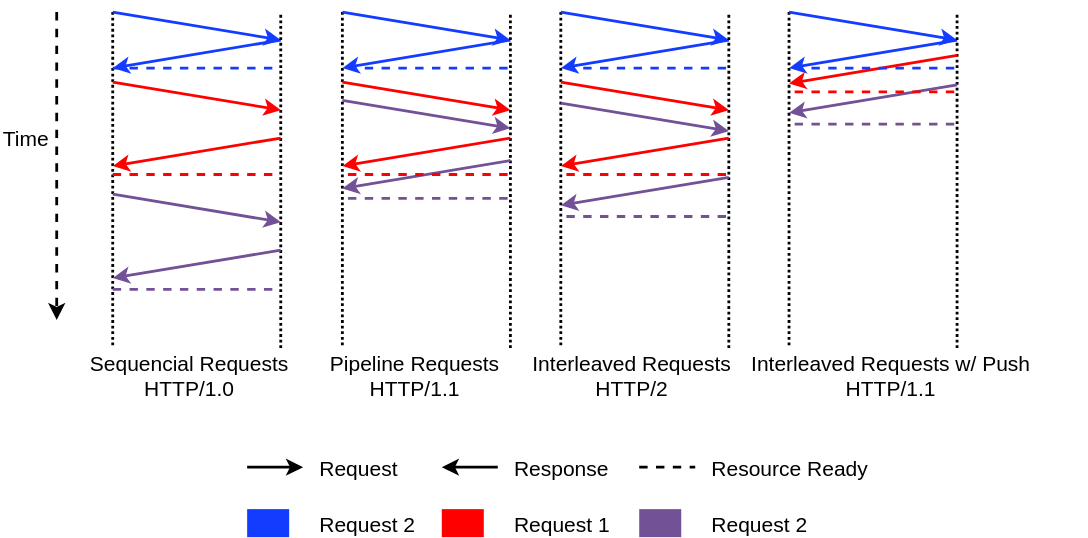
Above: Registration-Abhijit/img/spdy/http-timing-diagram.svg in abhimp/PhDRelated (draw.io), before the change. Source tidied: cells renumbered, new cells last; positions are measured from the earlier drawing's top-left corner, leaving out a move shared by most shapes. Source of this version:
```xml
<mxGraphModel background="#ffffff">
  <root>
    <mxCell id="0" />
    <mxCell id="1" parent="0" />
    <mxCell id="2" style="endArrow=none;dashed=1;dashPattern=1 1;labelBackgroundColor=none;strokeColor=#000000;strokeWidth=2;fontFamily=Helvetica;fontSize=15;fontColor=#FF0000;endFill=0;" parent="1" edge="1">
      <mxGeometry relative="1" as="geometry">
        <mxPoint x="80" as="sourcePoint" />
        <mxPoint x="80" y="240" as="targetPoint" />
      </mxGeometry>
    </mxCell>
    <mxCell id="3" style="endArrow=classic;labelBackgroundColor=none;strokeColor=#143CFF;strokeWidth=2;fontFamily=Helvetica;fontSize=15;fontColor=#FF0000;" parent="1" edge="1">
      <mxGeometry relative="1" as="geometry">
        <mxPoint x="80" as="sourcePoint" />
        <mxPoint x="200" y="20" as="targetPoint" />
      </mxGeometry>
    </mxCell>
    <mxCell id="4" style="endArrow=classic;labelBackgroundColor=none;strokeColor=#143CFF;strokeWidth=2;fontFamily=Helvetica;fontSize=15;fontColor=#FF0000;" parent="1" edge="1">
      <mxGeometry relative="1" as="geometry">
        <mxPoint x="200" y="20" as="sourcePoint" />
        <mxPoint x="80" y="40" as="targetPoint" />
      </mxGeometry>
    </mxCell>
    <mxCell id="5" style="endArrow=none;dashed=1;dashPattern=1 1;labelBackgroundColor=none;strokeColor=#000000;strokeWidth=2;fontFamily=Helvetica;fontSize=15;fontColor=#FF0000;endFill=0;" parent="1" edge="1">
      <mxGeometry relative="1" as="geometry">
        <mxPoint x="200" y="2" as="sourcePoint" />
        <mxPoint x="200" y="242" as="targetPoint" />
      </mxGeometry>
    </mxCell>
    <mxCell id="6" style="endArrow=classic;labelBackgroundColor=none;strokeColor=#FF0000;strokeWidth=2;fontFamily=Helvetica;fontSize=15;fontColor=#FF0000;" parent="1" edge="1">
      <mxGeometry relative="1" as="geometry">
        <mxPoint x="80" y="50" as="sourcePoint" />
        <mxPoint x="200" y="70" as="targetPoint" />
      </mxGeometry>
    </mxCell>
    <mxCell id="7" style="endArrow=classic;labelBackgroundColor=none;strokeColor=#FF0000;strokeWidth=2;fontFamily=Helvetica;fontSize=15;fontColor=#FF0000;" parent="1" edge="1">
      <mxGeometry relative="1" as="geometry">
        <mxPoint x="200" y="90" as="sourcePoint" />
        <mxPoint x="80" y="110" as="targetPoint" />
      </mxGeometry>
    </mxCell>
    <mxCell id="8" style="endArrow=classic;labelBackgroundColor=none;strokeColor=#725196;strokeWidth=2;fontFamily=Helvetica;fontSize=15;fontColor=#FF0000;" parent="1" edge="1">
      <mxGeometry relative="1" as="geometry">
        <mxPoint x="80" y="130" as="sourcePoint" />
        <mxPoint x="200" y="150" as="targetPoint" />
      </mxGeometry>
    </mxCell>
    <mxCell id="9" style="endArrow=classic;labelBackgroundColor=none;strokeColor=#725196;strokeWidth=2;fontFamily=Helvetica;fontSize=15;fontColor=#FF0000;" parent="1" edge="1">
      <mxGeometry relative="1" as="geometry">
        <mxPoint x="200" y="170" as="sourcePoint" />
        <mxPoint x="80" y="190" as="targetPoint" />
      </mxGeometry>
    </mxCell>
    <mxCell id="10" style="endArrow=none;labelBackgroundColor=none;strokeColor=#143CFF;strokeWidth=2;fontFamily=Helvetica;fontSize=15;fontColor=#FF0000;endFill=0;dashed=1;" parent="1" edge="1">
      <mxGeometry relative="1" as="geometry">
        <mxPoint x="80" y="40" as="sourcePoint" />
        <mxPoint x="200" y="40" as="targetPoint" />
      </mxGeometry>
    </mxCell>
    <mxCell id="11" style="endArrow=none;labelBackgroundColor=none;strokeColor=#FF0000;strokeWidth=2;fontFamily=Helvetica;fontSize=15;fontColor=#FF0000;endFill=0;dashed=1;" parent="1" edge="1">
      <mxGeometry relative="1" as="geometry">
        <mxPoint x="80" y="116" as="sourcePoint" />
        <mxPoint x="200" y="116" as="targetPoint" />
      </mxGeometry>
    </mxCell>
    <mxCell id="12" style="endArrow=none;labelBackgroundColor=none;strokeColor=#725196;strokeWidth=2;fontFamily=Helvetica;fontSize=15;fontColor=#FF0000;endFill=0;dashed=1;" parent="1" edge="1">
      <mxGeometry relative="1" as="geometry">
        <mxPoint x="80" y="198" as="sourcePoint" />
        <mxPoint x="200" y="198" as="targetPoint" />
      </mxGeometry>
    </mxCell>
    <mxCell id="13" style="endArrow=none;dashed=1;dashPattern=1 1;labelBackgroundColor=none;strokeColor=#000000;strokeWidth=2;fontFamily=Helvetica;fontSize=15;fontColor=#FF0000;endFill=0;" parent="1" edge="1">
      <mxGeometry relative="1" as="geometry">
        <mxPoint x="244" as="sourcePoint" />
        <mxPoint x="244" y="240" as="targetPoint" />
      </mxGeometry>
    </mxCell>
    <mxCell id="14" style="endArrow=classic;labelBackgroundColor=none;strokeColor=#143CFF;strokeWidth=2;fontFamily=Helvetica;fontSize=15;fontColor=#FF0000;" parent="1" edge="1">
      <mxGeometry relative="1" as="geometry">
        <mxPoint x="244" as="sourcePoint" />
        <mxPoint x="364" y="20" as="targetPoint" />
      </mxGeometry>
    </mxCell>
    <mxCell id="15" style="endArrow=classic;labelBackgroundColor=none;strokeColor=#143CFF;strokeWidth=2;fontFamily=Helvetica;fontSize=15;fontColor=#FF0000;" parent="1" edge="1">
      <mxGeometry relative="1" as="geometry">
        <mxPoint x="364" y="20" as="sourcePoint" />
        <mxPoint x="244" y="40" as="targetPoint" />
      </mxGeometry>
    </mxCell>
    <mxCell id="16" style="endArrow=none;dashed=1;dashPattern=1 1;labelBackgroundColor=none;strokeColor=#000000;strokeWidth=2;fontFamily=Helvetica;fontSize=15;fontColor=#FF0000;endFill=0;" parent="1" edge="1">
      <mxGeometry relative="1" as="geometry">
        <mxPoint x="364" y="2" as="sourcePoint" />
        <mxPoint x="364" y="242" as="targetPoint" />
      </mxGeometry>
    </mxCell>
    <mxCell id="17" style="endArrow=classic;labelBackgroundColor=none;strokeColor=#FF0000;strokeWidth=2;fontFamily=Helvetica;fontSize=15;fontColor=#FF0000;" parent="1" edge="1">
      <mxGeometry relative="1" as="geometry">
        <mxPoint x="244" y="50" as="sourcePoint" />
        <mxPoint x="364" y="70" as="targetPoint" />
      </mxGeometry>
    </mxCell>
    <mxCell id="18" style="endArrow=classic;labelBackgroundColor=none;strokeColor=#FF0000;strokeWidth=2;fontFamily=Helvetica;fontSize=15;fontColor=#FF0000;" parent="1" edge="1">
      <mxGeometry relative="1" as="geometry">
        <mxPoint x="364" y="90" as="sourcePoint" />
        <mxPoint x="244" y="110" as="targetPoint" />
      </mxGeometry>
    </mxCell>
    <mxCell id="19" style="endArrow=classic;labelBackgroundColor=none;strokeColor=#725196;strokeWidth=2;fontFamily=Helvetica;fontSize=15;fontColor=#FF0000;" parent="1" edge="1">
      <mxGeometry relative="1" as="geometry">
        <mxPoint x="244" y="63" as="sourcePoint" />
        <mxPoint x="364" y="83" as="targetPoint" />
      </mxGeometry>
    </mxCell>
    <mxCell id="20" style="endArrow=classic;labelBackgroundColor=none;strokeColor=#725196;strokeWidth=2;fontFamily=Helvetica;fontSize=15;fontColor=#FF0000;" parent="1" edge="1">
      <mxGeometry relative="1" as="geometry">
        <mxPoint x="364" y="106" as="sourcePoint" />
        <mxPoint x="244" y="126" as="targetPoint" />
      </mxGeometry>
    </mxCell>
    <mxCell id="21" style="endArrow=none;labelBackgroundColor=none;strokeColor=#143CFF;strokeWidth=2;fontFamily=Helvetica;fontSize=15;fontColor=#FF0000;endFill=0;dashed=1;" parent="1" edge="1">
      <mxGeometry relative="1" as="geometry">
        <mxPoint x="248" y="40" as="sourcePoint" />
        <mxPoint x="368" y="40" as="targetPoint" />
      </mxGeometry>
    </mxCell>
    <mxCell id="22" style="endArrow=none;labelBackgroundColor=none;strokeColor=#FF0000;strokeWidth=2;fontFamily=Helvetica;fontSize=15;fontColor=#FF0000;endFill=0;dashed=1;" parent="1" edge="1">
      <mxGeometry relative="1" as="geometry">
        <mxPoint x="248" y="116" as="sourcePoint" />
        <mxPoint x="368" y="116" as="targetPoint" />
      </mxGeometry>
    </mxCell>
    <mxCell id="23" style="endArrow=none;labelBackgroundColor=none;strokeColor=#725196;strokeWidth=2;fontFamily=Helvetica;fontSize=15;fontColor=#FF0000;endFill=0;dashed=1;" parent="1" edge="1">
      <mxGeometry relative="1" as="geometry">
        <mxPoint x="248" y="133" as="sourcePoint" />
        <mxPoint x="368" y="133" as="targetPoint" />
      </mxGeometry>
    </mxCell>
    <mxCell id="24" style="endArrow=none;dashed=1;dashPattern=1 1;labelBackgroundColor=none;strokeColor=#000000;strokeWidth=2;fontFamily=Helvetica;fontSize=15;fontColor=#FF0000;endFill=0;" parent="1" edge="1">
      <mxGeometry relative="1" as="geometry">
        <mxPoint x="400" as="sourcePoint" />
        <mxPoint x="400" y="240" as="targetPoint" />
      </mxGeometry>
    </mxCell>
    <mxCell id="25" style="endArrow=classic;labelBackgroundColor=none;strokeColor=#143CFF;strokeWidth=2;fontFamily=Helvetica;fontSize=15;fontColor=#FF0000;" parent="1" edge="1">
      <mxGeometry relative="1" as="geometry">
        <mxPoint x="400" as="sourcePoint" />
        <mxPoint x="520" y="20" as="targetPoint" />
      </mxGeometry>
    </mxCell>
    <mxCell id="26" style="endArrow=classic;labelBackgroundColor=none;strokeColor=#143CFF;strokeWidth=2;fontFamily=Helvetica;fontSize=15;fontColor=#FF0000;" parent="1" edge="1">
      <mxGeometry relative="1" as="geometry">
        <mxPoint x="520" y="20" as="sourcePoint" />
        <mxPoint x="400" y="40" as="targetPoint" />
      </mxGeometry>
    </mxCell>
    <mxCell id="27" style="endArrow=none;dashed=1;dashPattern=1 1;labelBackgroundColor=none;strokeColor=#000000;strokeWidth=2;fontFamily=Helvetica;fontSize=15;fontColor=#FF0000;endFill=0;" parent="1" edge="1">
      <mxGeometry relative="1" as="geometry">
        <mxPoint x="520" y="2" as="sourcePoint" />
        <mxPoint x="520" y="242" as="targetPoint" />
      </mxGeometry>
    </mxCell>
    <mxCell id="28" style="endArrow=classic;labelBackgroundColor=none;strokeColor=#FF0000;strokeWidth=2;fontFamily=Helvetica;fontSize=15;fontColor=#FF0000;" parent="1" edge="1">
      <mxGeometry relative="1" as="geometry">
        <mxPoint x="400" y="50" as="sourcePoint" />
        <mxPoint x="520" y="70" as="targetPoint" />
      </mxGeometry>
    </mxCell>
    <mxCell id="29" style="endArrow=classic;labelBackgroundColor=none;strokeColor=#FF0000;strokeWidth=2;fontFamily=Helvetica;fontSize=15;fontColor=#FF0000;" parent="1" edge="1">
      <mxGeometry relative="1" as="geometry">
        <mxPoint x="520" y="90" as="sourcePoint" />
        <mxPoint x="400" y="110" as="targetPoint" />
      </mxGeometry>
    </mxCell>
    <mxCell id="30" style="endArrow=classic;labelBackgroundColor=none;strokeColor=#725196;strokeWidth=2;fontFamily=Helvetica;fontSize=15;fontColor=#FF0000;" parent="1" edge="1">
      <mxGeometry relative="1" as="geometry">
        <mxPoint x="400" y="65" as="sourcePoint" />
        <mxPoint x="520" y="85" as="targetPoint" />
      </mxGeometry>
    </mxCell>
    <mxCell id="31" style="endArrow=classic;labelBackgroundColor=none;strokeColor=#725196;strokeWidth=2;fontFamily=Helvetica;fontSize=15;fontColor=#FF0000;" parent="1" edge="1">
      <mxGeometry relative="1" as="geometry">
        <mxPoint x="520" y="118" as="sourcePoint" />
        <mxPoint x="400" y="138" as="targetPoint" />
      </mxGeometry>
    </mxCell>
    <mxCell id="32" style="endArrow=none;labelBackgroundColor=none;strokeColor=#143CFF;strokeWidth=2;fontFamily=Helvetica;fontSize=15;fontColor=#FF0000;endFill=0;dashed=1;" parent="1" edge="1">
      <mxGeometry relative="1" as="geometry">
        <mxPoint x="404" y="40" as="sourcePoint" />
        <mxPoint x="524" y="40" as="targetPoint" />
      </mxGeometry>
    </mxCell>
    <mxCell id="33" style="endArrow=none;labelBackgroundColor=none;strokeColor=#FF0000;strokeWidth=2;fontFamily=Helvetica;fontSize=15;fontColor=#FF0000;endFill=0;dashed=1;" parent="1" edge="1">
      <mxGeometry relative="1" as="geometry">
        <mxPoint x="404" y="116" as="sourcePoint" />
        <mxPoint x="524" y="116" as="targetPoint" />
      </mxGeometry>
    </mxCell>
    <mxCell id="34" style="endArrow=none;labelBackgroundColor=none;strokeColor=#725196;strokeWidth=2;fontFamily=Helvetica;fontSize=15;fontColor=#FF0000;endFill=0;dashed=1;" parent="1" edge="1">
      <mxGeometry relative="1" as="geometry">
        <mxPoint x="404" y="146" as="sourcePoint" />
        <mxPoint x="524" y="146" as="targetPoint" />
      </mxGeometry>
    </mxCell>
    <mxCell id="35" style="endArrow=none;dashed=1;dashPattern=1 1;labelBackgroundColor=none;strokeColor=#000000;strokeWidth=2;fontFamily=Helvetica;fontSize=15;fontColor=#FF0000;endFill=0;" parent="1" edge="1">
      <mxGeometry relative="1" as="geometry">
        <mxPoint x="563" as="sourcePoint" />
        <mxPoint x="563" y="240" as="targetPoint" />
      </mxGeometry>
    </mxCell>
    <mxCell id="36" style="endArrow=classic;labelBackgroundColor=none;strokeColor=#143CFF;strokeWidth=2;fontFamily=Helvetica;fontSize=15;fontColor=#FF0000;" parent="1" edge="1">
      <mxGeometry relative="1" as="geometry">
        <mxPoint x="563" as="sourcePoint" />
        <mxPoint x="683" y="20" as="targetPoint" />
      </mxGeometry>
    </mxCell>
    <mxCell id="37" style="endArrow=classic;labelBackgroundColor=none;strokeColor=#143CFF;strokeWidth=2;fontFamily=Helvetica;fontSize=15;fontColor=#FF0000;" parent="1" edge="1">
      <mxGeometry relative="1" as="geometry">
        <mxPoint x="683" y="20" as="sourcePoint" />
        <mxPoint x="563" y="40" as="targetPoint" />
      </mxGeometry>
    </mxCell>
    <mxCell id="38" style="endArrow=none;dashed=1;dashPattern=1 1;labelBackgroundColor=none;strokeColor=#000000;strokeWidth=2;fontFamily=Helvetica;fontSize=15;fontColor=#FF0000;endFill=0;" parent="1" edge="1">
      <mxGeometry relative="1" as="geometry">
        <mxPoint x="683" y="2" as="sourcePoint" />
        <mxPoint x="683" y="242" as="targetPoint" />
      </mxGeometry>
    </mxCell>
    <mxCell id="39" style="endArrow=classic;labelBackgroundColor=none;strokeColor=#FF0000;strokeWidth=2;fontFamily=Helvetica;fontSize=15;fontColor=#FF0000;" parent="1" edge="1">
      <mxGeometry relative="1" as="geometry">
        <mxPoint x="683" y="31" as="sourcePoint" />
        <mxPoint x="563" y="51" as="targetPoint" />
      </mxGeometry>
    </mxCell>
    <mxCell id="40" style="endArrow=classic;labelBackgroundColor=none;strokeColor=#725196;strokeWidth=2;fontFamily=Helvetica;fontSize=15;fontColor=#FF0000;" parent="1" edge="1">
      <mxGeometry relative="1" as="geometry">
        <mxPoint x="683" y="52" as="sourcePoint" />
        <mxPoint x="563" y="72" as="targetPoint" />
      </mxGeometry>
    </mxCell>
    <mxCell id="41" style="endArrow=none;labelBackgroundColor=none;strokeColor=#143CFF;strokeWidth=2;fontFamily=Helvetica;fontSize=15;fontColor=#FF0000;endFill=0;dashed=1;" parent="1" edge="1">
      <mxGeometry relative="1" as="geometry">
        <mxPoint x="567" y="40" as="sourcePoint" />
        <mxPoint x="687" y="40" as="targetPoint" />
      </mxGeometry>
    </mxCell>
    <mxCell id="42" style="endArrow=none;labelBackgroundColor=none;strokeColor=#FF0000;strokeWidth=2;fontFamily=Helvetica;fontSize=15;fontColor=#FF0000;endFill=0;dashed=1;" parent="1" edge="1">
      <mxGeometry relative="1" as="geometry">
        <mxPoint x="567" y="57" as="sourcePoint" />
        <mxPoint x="687" y="57" as="targetPoint" />
      </mxGeometry>
    </mxCell>
    <mxCell id="43" style="endArrow=none;labelBackgroundColor=none;strokeColor=#725196;strokeWidth=2;fontFamily=Helvetica;fontSize=15;fontColor=#FF0000;endFill=0;dashed=1;" parent="1" edge="1">
      <mxGeometry relative="1" as="geometry">
        <mxPoint x="567" y="80" as="sourcePoint" />
        <mxPoint x="687" y="80" as="targetPoint" />
      </mxGeometry>
    </mxCell>
    <mxCell id="44" style="endArrow=classic;labelBackgroundColor=none;strokeColor=#000000;strokeWidth=2;fontFamily=Helvetica;fontSize=15;fontColor=#000000;" parent="1" edge="1">
      <mxGeometry relative="1" as="geometry">
        <mxPoint x="176" y="325" as="sourcePoint" />
        <mxPoint x="216" y="325" as="targetPoint" />
      </mxGeometry>
    </mxCell>
    <mxCell id="45" value="Request" style="text;align=left;verticalAlign=top;spacingTop=-4;fontSize=15;fontFamily=Helvetica;fontColor=#000000;strokeColor=none;" parent="1" vertex="1">
      <mxGeometry x="226" y="315" width="70" height="20" as="geometry" />
    </mxCell>
    <mxCell id="46" style="endArrow=none;labelBackgroundColor=none;strokeColor=#000000;strokeWidth=2;fontFamily=Helvetica;fontSize=15;fontColor=#000000;startArrow=classic;startFill=1;endFill=0;" parent="1" edge="1">
      <mxGeometry relative="1" as="geometry">
        <mxPoint x="315" y="325" as="sourcePoint" />
        <mxPoint x="355" y="325" as="targetPoint" />
      </mxGeometry>
    </mxCell>
    <mxCell id="47" value="Response" style="text;align=left;verticalAlign=top;spacingTop=-4;fontSize=15;fontFamily=Helvetica;fontColor=#000000;strokeColor=none;" parent="1" vertex="1">
      <mxGeometry x="365" y="315" width="80" height="20" as="geometry" />
    </mxCell>
    <mxCell id="48" style="endArrow=none;labelBackgroundColor=none;strokeColor=#000000;strokeWidth=2;fontFamily=Helvetica;fontSize=15;fontColor=#000000;dashed=1;endFill=0;" parent="1" edge="1">
      <mxGeometry relative="1" as="geometry">
        <mxPoint x="456" y="325" as="sourcePoint" />
        <mxPoint x="496" y="325" as="targetPoint" />
      </mxGeometry>
    </mxCell>
    <mxCell id="49" value="Resource Ready" style="text;align=left;verticalAlign=top;spacingTop=-4;fontSize=15;fontFamily=Helvetica;fontColor=#000000;strokeColor=none;" parent="1" vertex="1">
      <mxGeometry x="506" y="315" width="130" height="20" as="geometry" />
    </mxCell>
    <mxCell id="50" style="whiteSpace=wrap;labelBackgroundColor=#143CFF;strokeColor=none;strokeWidth=2;fillColor=#725196;gradientColor=none;fontFamily=Helvetica;fontSize=15;fontColor=#000000;align=right;" parent="1" vertex="1">
      <mxGeometry x="456" y="355" width="30" height="20" as="geometry" />
    </mxCell>
    <mxCell id="51" value="Request 2" style="text;align=left;verticalAlign=top;spacingTop=-4;fontSize=15;fontFamily=Helvetica;fontColor=#000000;strokeColor=none;" parent="1" vertex="1">
      <mxGeometry x="506" y="355" width="80" height="20" as="geometry" />
    </mxCell>
    <mxCell id="52" style="whiteSpace=wrap;labelBackgroundColor=#FF0000;strokeColor=none;strokeWidth=2;fillColor=#FF0000;gradientColor=none;fontFamily=Helvetica;fontSize=15;fontColor=#000000;align=right;" parent="1" vertex="1">
      <mxGeometry x="315" y="355" width="30" height="20" as="geometry" />
    </mxCell>
    <mxCell id="53" value="Request 1" style="text;align=left;verticalAlign=top;spacingTop=-4;fontSize=15;fontFamily=Helvetica;fontColor=#000000;strokeColor=none;" parent="1" vertex="1">
      <mxGeometry x="365" y="355" width="80" height="20" as="geometry" />
    </mxCell>
    <mxCell id="54" style="whiteSpace=wrap;labelBackgroundColor=#143CFF;strokeColor=none;strokeWidth=2;fillColor=#143CFF;gradientColor=none;fontFamily=Helvetica;fontSize=15;fontColor=#000000;align=right;" parent="1" vertex="1">
      <mxGeometry x="176" y="355" width="30" height="20" as="geometry" />
    </mxCell>
    <mxCell id="55" value="Request 2" style="text;align=left;verticalAlign=top;spacingTop=-4;fontSize=15;fontFamily=Helvetica;fontColor=#000000;strokeColor=none;" parent="1" vertex="1">
      <mxGeometry x="226" y="355" width="80" height="20" as="geometry" />
    </mxCell>
    <mxCell id="56" value="Sequencial Requests&#10;HTTP/1.0" style="text;align=center;verticalAlign=top;spacingTop=-4;fontSize=15;fontFamily=Helvetica;fontColor=#000000;" parent="1" vertex="1">
      <mxGeometry x="20" y="240" width="230" height="20" as="geometry" />
    </mxCell>
    <mxCell id="57" value="Pipeline Requests&#10;HTTP/1.1" style="text;align=center;verticalAlign=top;spacingTop=-4;fontSize=15;fontFamily=Helvetica;fontColor=#000000;" parent="1" vertex="1">
      <mxGeometry x="196" y="240" width="200" height="20" as="geometry" />
    </mxCell>
    <mxCell id="58" value="Interleaved Requests&#10;HTTP/2" style="text;align=center;verticalAlign=top;spacingTop=-4;fontSize=15;fontFamily=Helvetica;fontColor=#000000;" parent="1" vertex="1">
      <mxGeometry x="346" y="240" width="210" height="20" as="geometry" />
    </mxCell>
    <mxCell id="59" value="Interleaved Requests w/ Push&#10;HTTP/1.1" style="text;align=center;verticalAlign=top;spacingTop=-4;fontSize=15;fontFamily=Helvetica;fontColor=#000000;" parent="1" vertex="1">
      <mxGeometry x="496" y="240" width="280" height="20" as="geometry" />
    </mxCell>
    <mxCell id="60" style="endArrow=classic;dashed=1;labelBackgroundColor=none;strokeColor=#000000;strokeWidth=2;fontFamily=Helvetica;fontSize=15;fontColor=#000000;" parent="1" edge="1">
      <mxGeometry relative="1" as="geometry">
        <mxPoint x="40" as="sourcePoint" />
        <mxPoint x="40" y="220" as="targetPoint" />
      </mxGeometry>
    </mxCell>
    <mxCell id="61" value="Time" style="text;align=left;verticalAlign=top;spacingTop=-4;fontSize=15;fontFamily=Helvetica;fontColor=#000000;" parent="1" vertex="1">
      <mxGeometry y="79" width="50" height="20" as="geometry" />
    </mxCell>
  </root>
</mxGraphModel>
```
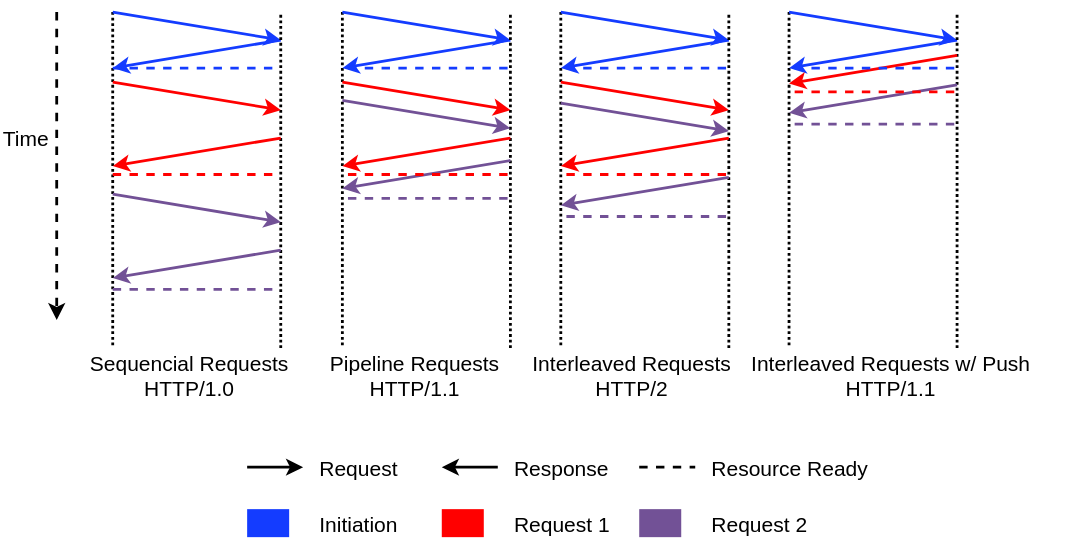
After the commit.

The edit, as a diff of the source:
```diff
@@ -296,8 +296,8 @@
     <mxCell id="54" style="whiteSpace=wrap;labelBackgroundColor=#143CFF;strokeColor=none;strokeWidth=2;fillColor=#143CFF;gradientColor=none;fontFamily=Helvetica;fontSize=15;fontColor=#000000;align=right;" parent="1" vertex="1">
       <mxGeometry x="176" y="355" width="30" height="20" as="geometry" />
     </mxCell>
-    <mxCell id="55" value="Request 2" style="text;align=left;verticalAlign=top;spacingTop=-4;fontSize=15;fontFamily=Helvetica;fontColor=#000000;strokeColor=none;" parent="1" vertex="1">
-      <mxGeometry x="226" y="355" width="80" height="20" as="geometry" />
+    <mxCell id="55" value="Initiation" style="text;align=left;verticalAlign=top;spacingTop=-4;fontSize=15;fontFamily=Helvetica;fontColor=#000000;strokeColor=none;" parent="1" vertex="1">
+      <mxGeometry x="226" y="355" width="70" height="20" as="geometry" />
     </mxCell>
     <mxCell id="56" value="Sequencial Requests&#10;HTTP/1.0" style="text;align=center;verticalAlign=top;spacingTop=-4;fontSize=15;fontFamily=Helvetica;fontColor=#000000;" parent="1" vertex="1">
       <mxGeometry x="20" y="240" width="230" height="20" as="geometry" />
```
